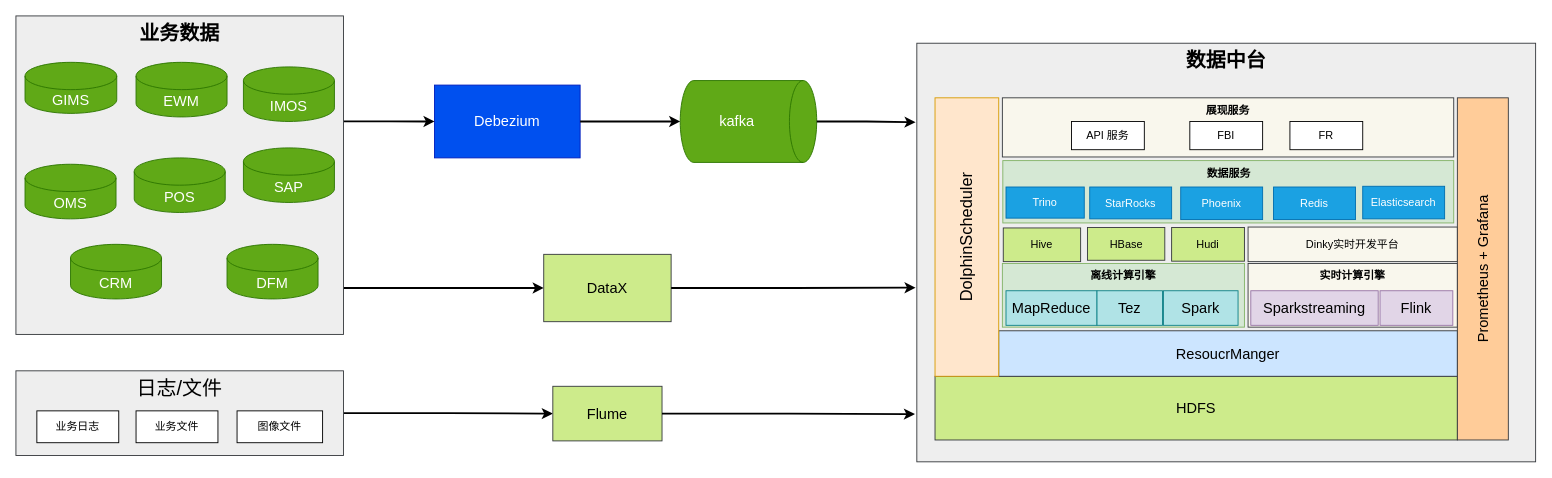
This is page "第 3 页" (3 of 3) of bsd.drawio from starzy1990/diagrams, a draw.io file, before an edit. Source tidied: cells renumbered, new cells numbered last; positions are measured from the earlier drawing's top-left corner, leaving out a move shared by most shapes. Both pictures are drawn from the tidied source at 91%, with x=0, y=0 at pixel (15, 15).
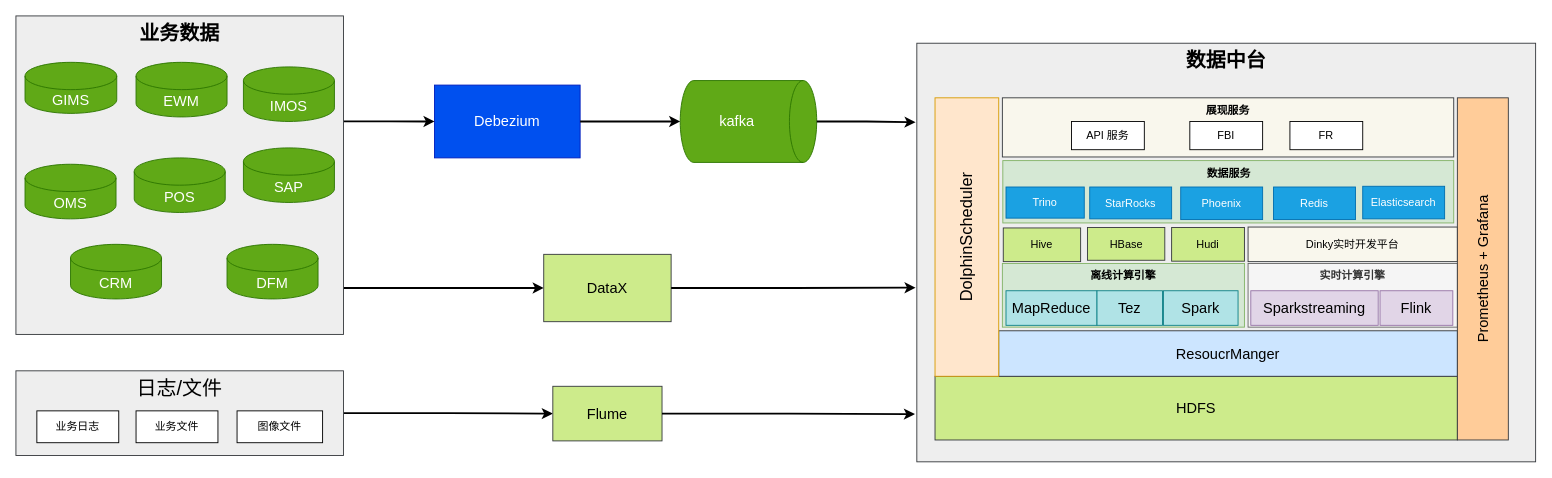
The same page after the edit.

Diff of the diagram source:
```diff
@@
-    <mxCell id="25" value="实时计算引擎" style="rounded=0;whiteSpace=wrap;html=1;align=center;verticalAlign=top;horizontal=1;textDirection=ltr;labelPosition=center;verticalLabelPosition=middle;fontStyle=1;fillColor=#f9f7ed;strokeColor=#36393d;" parent="1" vertex="1">
+    <mxCell id="25" value="实时计算引擎" style="rounded=0;whiteSpace=wrap;html=1;align=center;verticalAlign=top;horizontal=1;textDirection=ltr;labelPosition=center;verticalLabelPosition=middle;fontStyle=1;fillColor=#f5f5f5;strokeColor=#666666;fontColor=#333333;" parent="1" vertex="1">
       <mxGeometry x="1354" y="272" width="230" height="70" as="geometry" />
     </mxCell>
```
